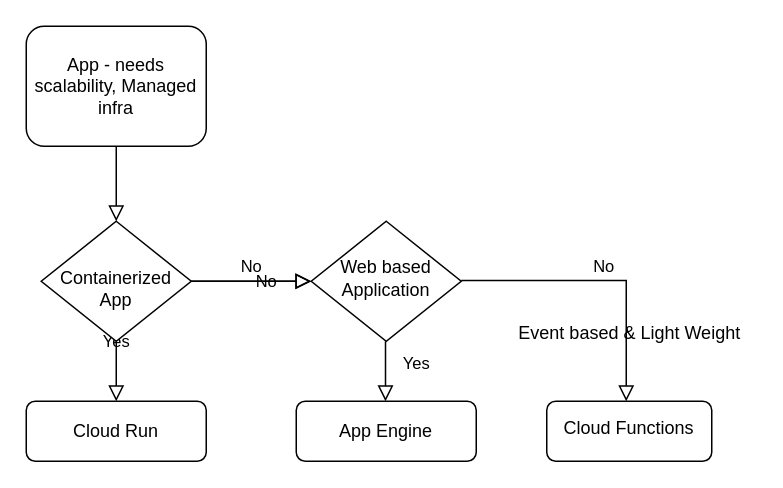
Earlier version of the draw.io diagram charts/gcp-serverless.drawio (KishoreNamala/gcp-kb). Source tidied: cells renumbered, new cells numbered last; positions are measured from the earlier drawing's top-left corner, leaving out a move shared by most shapes. Both pictures are drawn from the tidied source at 150%, with x=0, y=0 at pixel (26, 26).
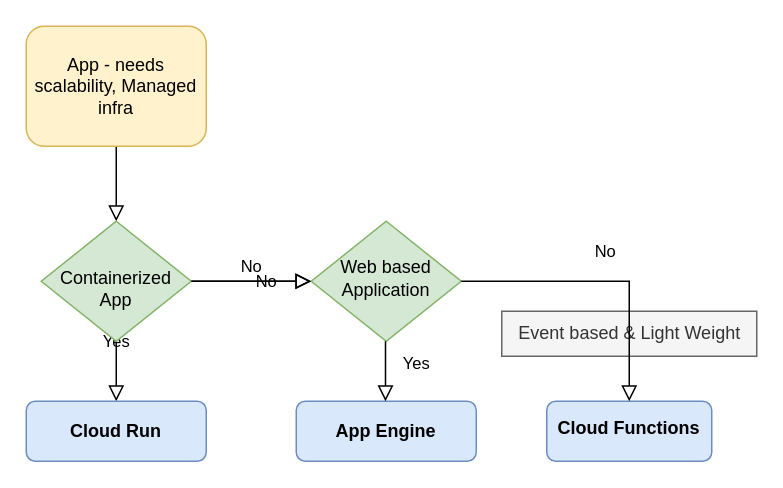
The same diagram, later.

Diff of the diagram source:
```diff
@@
-    <mxCell id="3" value="App - needs scalability, Managed infra" style="rounded=1;whiteSpace=wrap;html=1;fontSize=12;glass=0;strokeWidth=1;shadow=0;" parent="1" vertex="1">
+    <mxCell id="3" value="App - needs scalability, Managed infra" style="rounded=1;whiteSpace=wrap;html=1;fontSize=12;glass=0;strokeWidth=1;shadow=0;fillColor=#fff2cc;strokeColor=#d6b656;" parent="1" vertex="1">
       <mxGeometry width="120" height="80" as="geometry" />
     </mxCell>
@@
-    <mxCell id="6" value="&lt;br&gt;Containerized App" style="rhombus;whiteSpace=wrap;html=1;shadow=0;fontFamily=Helvetica;fontSize=12;align=center;strokeWidth=1;spacing=6;spacingTop=-4;" parent="1" vertex="1">
+    <mxCell id="6" value="&lt;br&gt;Containerized App" style="rhombus;whiteSpace=wrap;html=1;shadow=0;fontFamily=Helvetica;fontSize=12;align=center;strokeWidth=1;spacing=6;spacingTop=-4;fillColor=#d5e8d4;strokeColor=#82b366;" parent="1" vertex="1">
       <mxGeometry x="10" y="130" width="100" height="80" as="geometry" />
     </mxCell>
-    <mxCell id="7" value="App Engine" style="rounded=1;whiteSpace=wrap;html=1;fontSize=12;glass=0;strokeWidth=1;shadow=0;" parent="1" vertex="1">
+    <mxCell id="7" value="&lt;b&gt;App Engine&lt;/b&gt;" style="rounded=1;whiteSpace=wrap;html=1;fontSize=12;glass=0;strokeWidth=1;shadow=0;fillColor=#dae8fc;strokeColor=#6c8ebf;" parent="1" vertex="1">
       <mxGeometry x="180" y="250" width="120" height="40" as="geometry" />
     </mxCell>
-    <mxCell id="8" value="Cloud Run" style="rounded=1;whiteSpace=wrap;html=1;fontSize=12;glass=0;strokeWidth=1;shadow=0;" parent="1" vertex="1">
+    <mxCell id="8" value="&lt;b&gt;Cloud Run&lt;/b&gt;" style="rounded=1;whiteSpace=wrap;html=1;fontSize=12;glass=0;strokeWidth=1;shadow=0;fillColor=#dae8fc;strokeColor=#6c8ebf;" parent="1" vertex="1">
       <mxGeometry y="250" width="120" height="40" as="geometry" />
     </mxCell>
-    <mxCell id="9" value="Web based Application" style="rhombus;whiteSpace=wrap;html=1;shadow=0;fontFamily=Helvetica;fontSize=12;align=center;strokeWidth=1;spacing=6;spacingTop=-4;" parent="1" vertex="1">
+    <mxCell id="9" value="Web based Application" style="rhombus;whiteSpace=wrap;html=1;shadow=0;fontFamily=Helvetica;fontSize=12;align=center;strokeWidth=1;spacing=6;spacingTop=-4;fillColor=#d5e8d4;strokeColor=#82b366;" parent="1" vertex="1">
       <mxGeometry x="190" y="130" width="100" height="80" as="geometry" />
     </mxCell>
-    <mxCell id="10" value="Cloud Functions" style="rounded=1;whiteSpace=wrap;html=1;shadow=0;strokeWidth=1;spacing=6;spacingTop=-4;" parent="1" vertex="1">
+    <mxCell id="10" value="&lt;b&gt;Cloud Functions&lt;/b&gt;" style="rounded=1;whiteSpace=wrap;html=1;shadow=0;strokeWidth=1;spacing=6;spacingTop=-4;fillColor=#dae8fc;strokeColor=#6c8ebf;" parent="1" vertex="1">
       <mxGeometry x="347" y="250" width="110" height="40" as="geometry" />
     </mxCell>
@@
-    <mxCell id="12" value="No" style="edgeStyle=orthogonalEdgeStyle;rounded=0;html=1;jettySize=auto;orthogonalLoop=1;fontSize=11;endArrow=block;endFill=0;endSize=8;strokeWidth=1;shadow=0;labelBackgroundColor=none;" parent="1" edge="1">
-      <mxGeometry y="10" relative="1" as="geometry">
-        <mxPoint x="290" y="169.5" as="sourcePoint" />
-        <mxPoint x="400" y="250" as="targetPoint" />
-        <Array as="points">
-          <mxPoint x="400" y="170" />
-          <mxPoint x="400" y="250" />
-        </Array>
-      </mxGeometry>
-    </mxCell>
@@
-    <mxCell id="14" value="Event based &amp;amp; Light Weight" style="text;html=1;align=center;verticalAlign=middle;strokeColor=none;fillColor=none;" parent="1" vertex="1">
+    <mxCell id="14" value="Event based &amp;amp; Light Weight" style="text;html=1;align=center;verticalAlign=middle;strokeColor=#666666;fillColor=#f5f5f5;fontColor=#333333;" parent="1" vertex="1">
       <mxGeometry x="317" y="190" width="170" height="30" as="geometry" />
     </mxCell>
+    <mxCell id="12" value="No" style="rounded=0;html=1;jettySize=auto;fontSize=11;endArrow=block;endFill=0;endSize=8;strokeWidth=1;shadow=0;labelBackgroundColor=none;edgeStyle=orthogonalEdgeStyle;exitX=1;exitY=0.5;exitDx=0;exitDy=0;entryX=0.5;entryY=0;entryDx=0;entryDy=0;" parent="1" edge="1" source="9" target="10">
+      <mxGeometry y="20" relative="1" as="geometry">
+        <Array as="points">
+          <mxPoint x="402" y="170" />
+        </Array>
+      </mxGeometry>
+    </mxCell>
```
